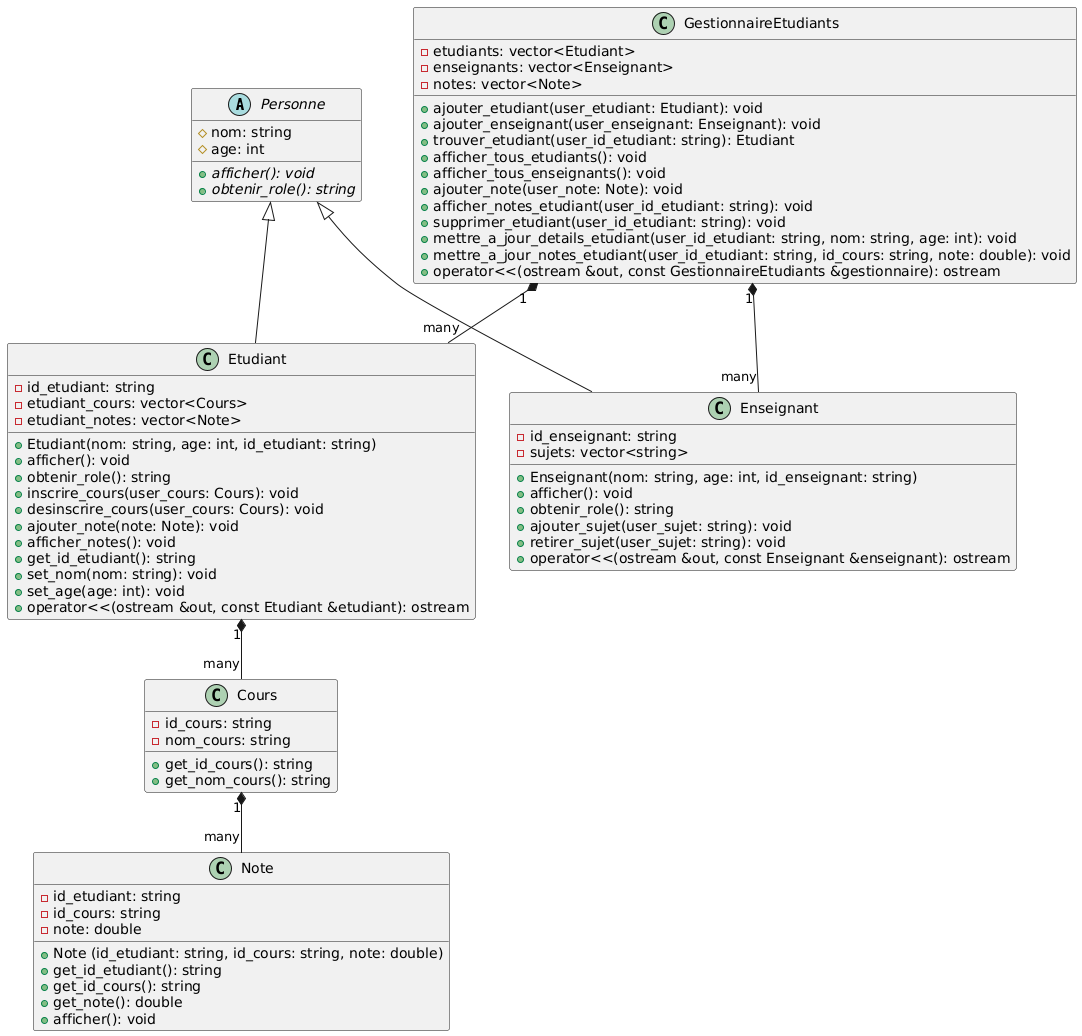
Ramiu88/student-manager keeps this PlantUML diagram as UML/UML.png. Above is the earlier version. The source it was exported from:
```plantuml
@startuml
abstract class Personne {
  # nom: string
  # age: int
  + {abstract} afficher(): void
  + {abstract} obtenir_role(): string
}

class Cours {
  - id_cours: string
  - nom_cours: string
  + get_id_cours(): string
  + get_nom_cours(): string
}

class Note {
  - id_etudiant: string
  - id_cours: string
  - note: double
  + Note (id_etudiant: string, id_cours: string, note: double)
  + get_id_etudiant(): string
  + get_id_cours(): string
  + get_note(): double
  + afficher(): void
}

class Etudiant {
  - id_etudiant: string
  - etudiant_cours: vector<Cours>
  - etudiant_notes: vector<Note>
  + Etudiant(nom: string, age: int, id_etudiant: string)
  + afficher(): void
  + obtenir_role(): string
  + inscrire_cours(user_cours: Cours): void
  + desinscrire_cours(user_cours: Cours): void
  + ajouter_note(note: Note): void
  + afficher_notes(): void
  + get_id_etudiant(): string
  + set_nom(nom: string): void
  + set_age(age: int): void
  + operator<<(ostream &out, const Etudiant &etudiant): ostream
}

class Enseignant {
  - id_enseignant: string
  - sujets: vector<string>
  + Enseignant(nom: string, age: int, id_enseignant: string)
  + afficher(): void
  + obtenir_role(): string
  + ajouter_sujet(user_sujet: string): void
  + retirer_sujet(user_sujet: string): void
  + operator<<(ostream &out, const Enseignant &enseignant): ostream
}

class GestionnaireEtudiants {
  - etudiants: vector<Etudiant>
  - enseignants: vector<Enseignant>
  - notes: vector<Note>
  + ajouter_etudiant(user_etudiant: Etudiant): void
  + ajouter_enseignant(user_enseignant: Enseignant): void
  + trouver_etudiant(user_id_etudiant: string): Etudiant
  + afficher_tous_etudiants(): void
  + afficher_tous_enseignants(): void
  + ajouter_note(user_note: Note): void
  + afficher_notes_etudiant(user_id_etudiant: string): void
  + supprimer_etudiant(user_id_etudiant: string): void
  + mettre_a_jour_details_etudiant(user_id_etudiant: string, nom: string, age: int): void
  + mettre_a_jour_notes_etudiant(user_id_etudiant: string, id_cours: string, note: double): void
  + operator<<(ostream &out, const GestionnaireEtudiants &gestionnaire): ostream
}

Personne <|-- Etudiant
Personne <|-- Enseignant
GestionnaireEtudiants "1" *-- "many" Etudiant
GestionnaireEtudiants "1" *-- "many" Enseignant
Etudiant "1" *-- "many" Cours
Cours "1" *-- "many" Note
@enduml
```
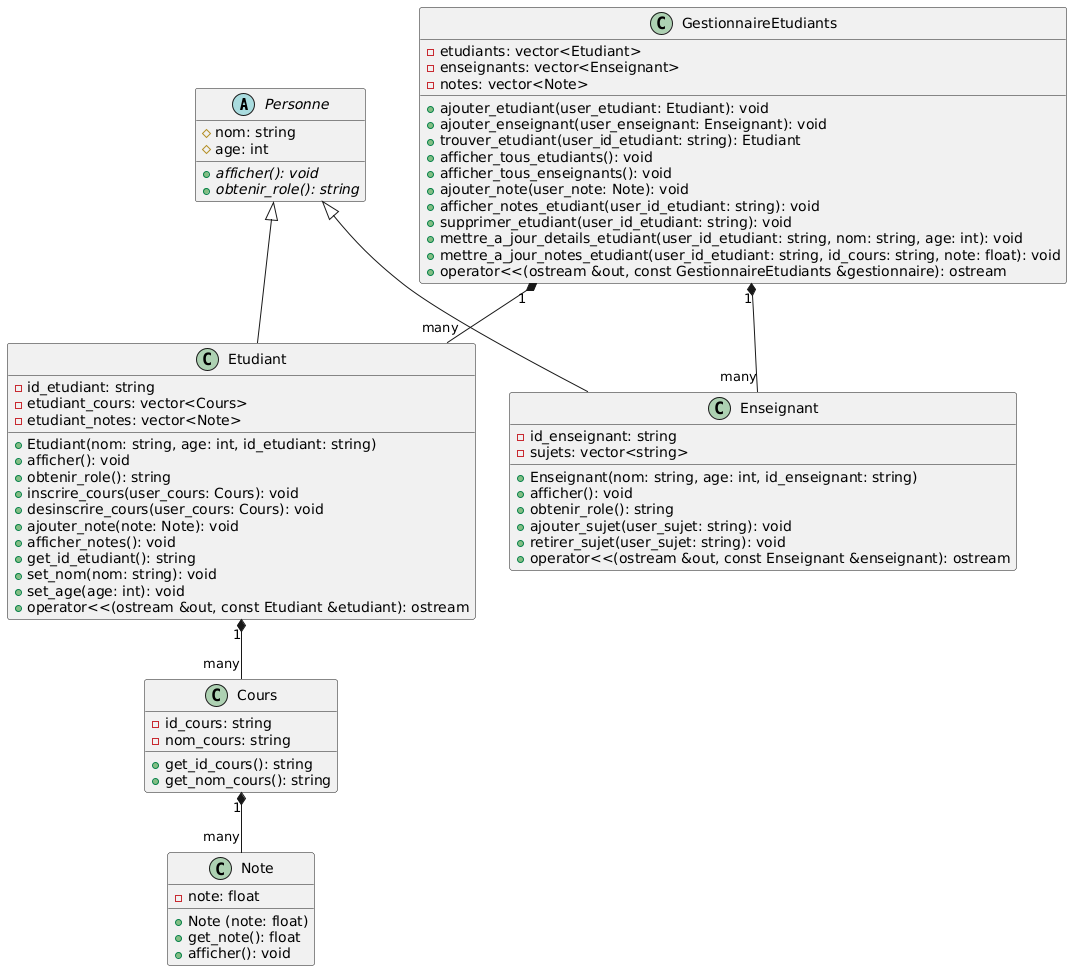
The same file after the commit.

Change to the diagram source:
```diff
@@ -14,13 +14,9 @@
 }
 
 class Note {
-  - id_etudiant: string
-  - id_cours: string
-  - note: double
-  + Note (id_etudiant: string, id_cours: string, note: double)
-  + get_id_etudiant(): string
-  + get_id_cours(): string
-  + get_note(): double
+  - note: float
+  + Note (note: float)
+  + get_note(): float
   + afficher(): void
 }
 
@@ -65,7 +61,7 @@
   + afficher_notes_etudiant(user_id_etudiant: string): void
   + supprimer_etudiant(user_id_etudiant: string): void
   + mettre_a_jour_details_etudiant(user_id_etudiant: string, nom: string, age: int): void
-  + mettre_a_jour_notes_etudiant(user_id_etudiant: string, id_cours: string, note: double): void
+  + mettre_a_jour_notes_etudiant(user_id_etudiant: string, id_cours: string, note: float): void
   + operator<<(ostream &out, const GestionnaireEtudiants &gestionnaire): ostream
 }
 
```
